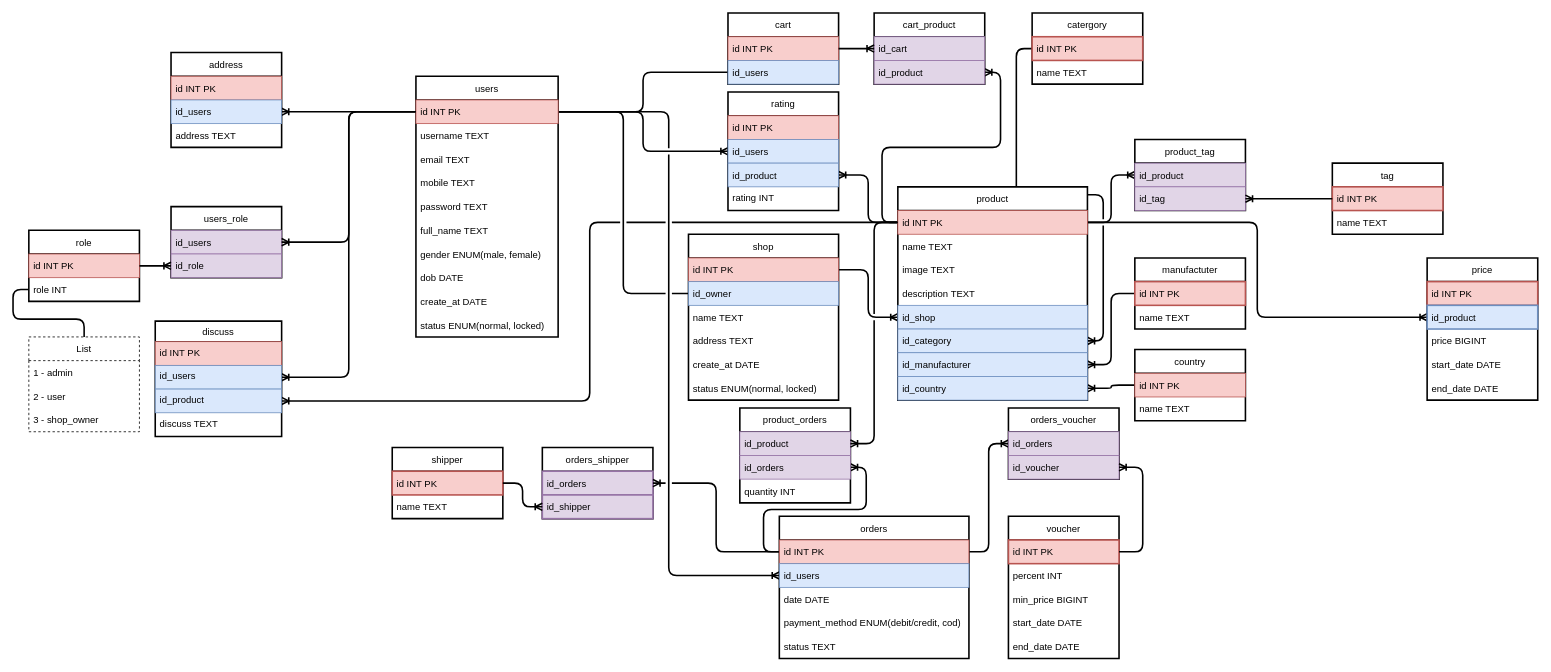
theduonghn/Techmaster-Java keeps this draw.io diagram as page "Basic design" (2 of 2) of 03.Database/ProjectEcommerce/ProjectEcommerce_Design.drawio. Above is the earlier version. Source tidied: cells renumbered, new cells numbered last; positions are measured from the earlier drawing's top-left corner, leaving out a move shared by most shapes. Both pictures are drawn from the tidied source at 79%, with x=0, y=0 at pixel (28, 13).
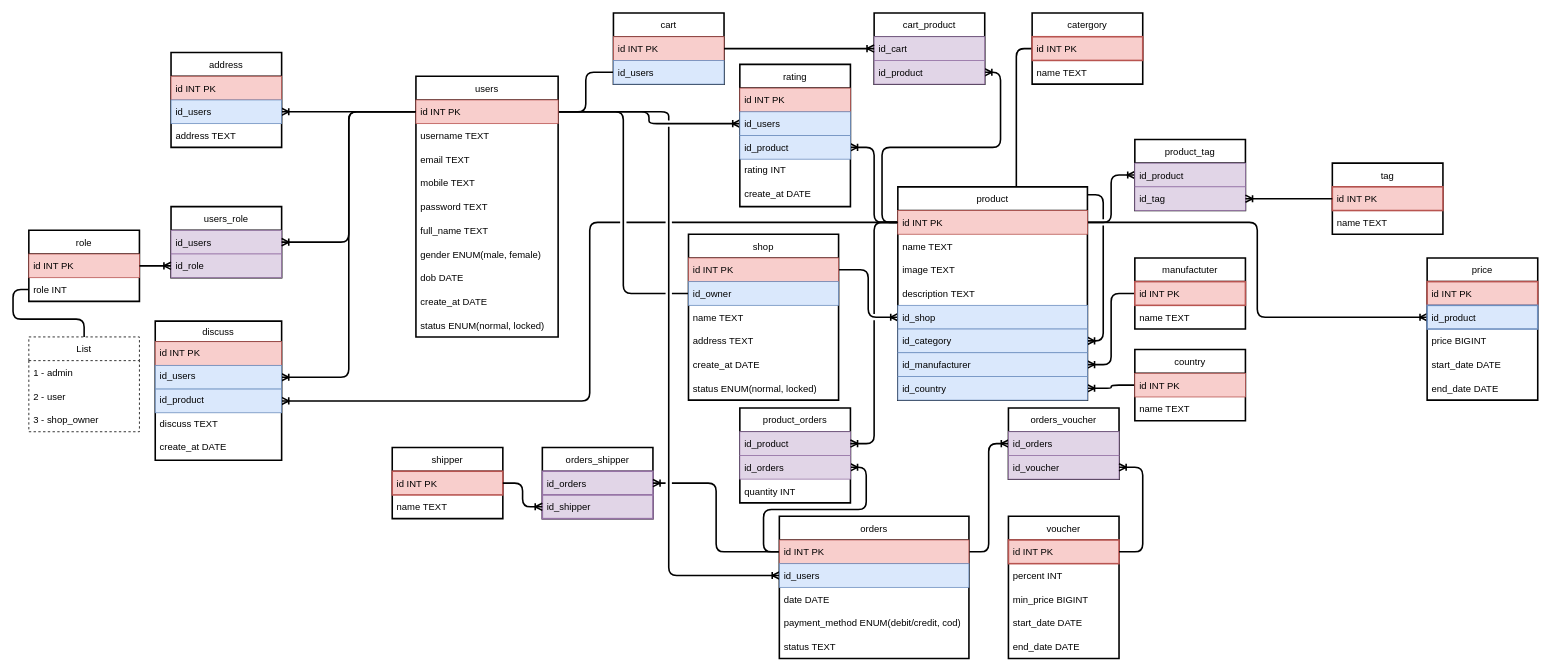
Above is the later version.

Commit message (it also covers changes not shown here):
Update basic design

The edit, as a diff of the source:
```diff
@@
     <mxCell id="27" value="discuss" style="swimlane;fontStyle=0;horizontal=1;startSize=26;align=center;fontSize=12;strokeWidth=2;" parent="1" vertex="1">
-      <mxGeometry x="160" y="390" width="160" height="146" as="geometry" />
+      <mxGeometry x="160" y="390" width="160" height="176" as="geometry" />
     </mxCell>
@@
+    <mxCell id="131" value="create_at DATE" style="text;strokeColor=none;fillColor=none;spacingLeft=4;spacingRight=4;overflow=hidden;fontSize=12;" parent="27" vertex="1">
+      <mxGeometry y="146" width="160" height="30" as="geometry" />
+    </mxCell>
     <mxCell id="32" value="rating" style="swimlane;fontStyle=0;horizontal=1;startSize=30;labelBackgroundColor=none;strokeWidth=2;swimlaneLine=1;" parent="1" vertex="1">
-      <mxGeometry x="885" y="100" width="140" height="150" as="geometry" />
+      <mxGeometry x="900" y="65" width="140" height="180" as="geometry" />
     </mxCell>
@@
+    <mxCell id="132" value="create_at DATE" style="text;strokeColor=none;fillColor=none;spacingLeft=4;spacingRight=4;overflow=hidden;fontSize=12;" parent="32" vertex="1">
+      <mxGeometry y="150" width="140" height="30" as="geometry" />
+    </mxCell>
@@
     <mxCell id="44" value="cart" style="swimlane;fontStyle=0;horizontal=1;startSize=30;labelBackgroundColor=none;strokeColor=default;strokeWidth=2;fillColor=none;" parent="1" vertex="1">
-      <mxGeometry x="885" width="140" height="90" as="geometry" />
+      <mxGeometry x="740" width="140" height="90" as="geometry" />
     </mxCell>
```
